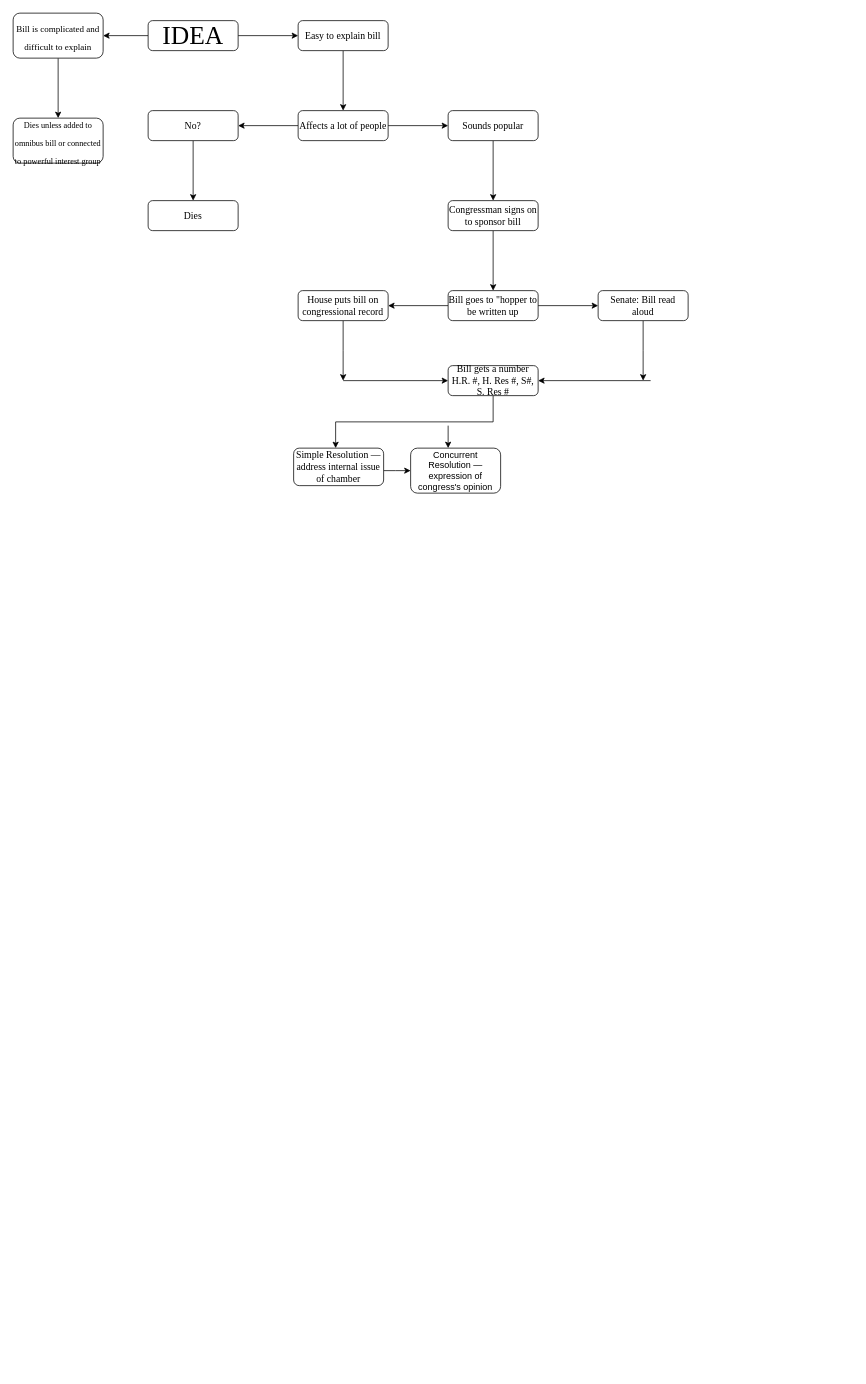
This is Untitled Diagram.drawio from tpate0562/python, a draw.io file, before an edit. Source tidied: cells renumbered, new cells numbered last; positions are measured from the earlier drawing's top-left corner, leaving out a move shared by most shapes. Both pictures are drawn from the tidied source at 75%, with x=0, y=0 at pixel (13, 13).
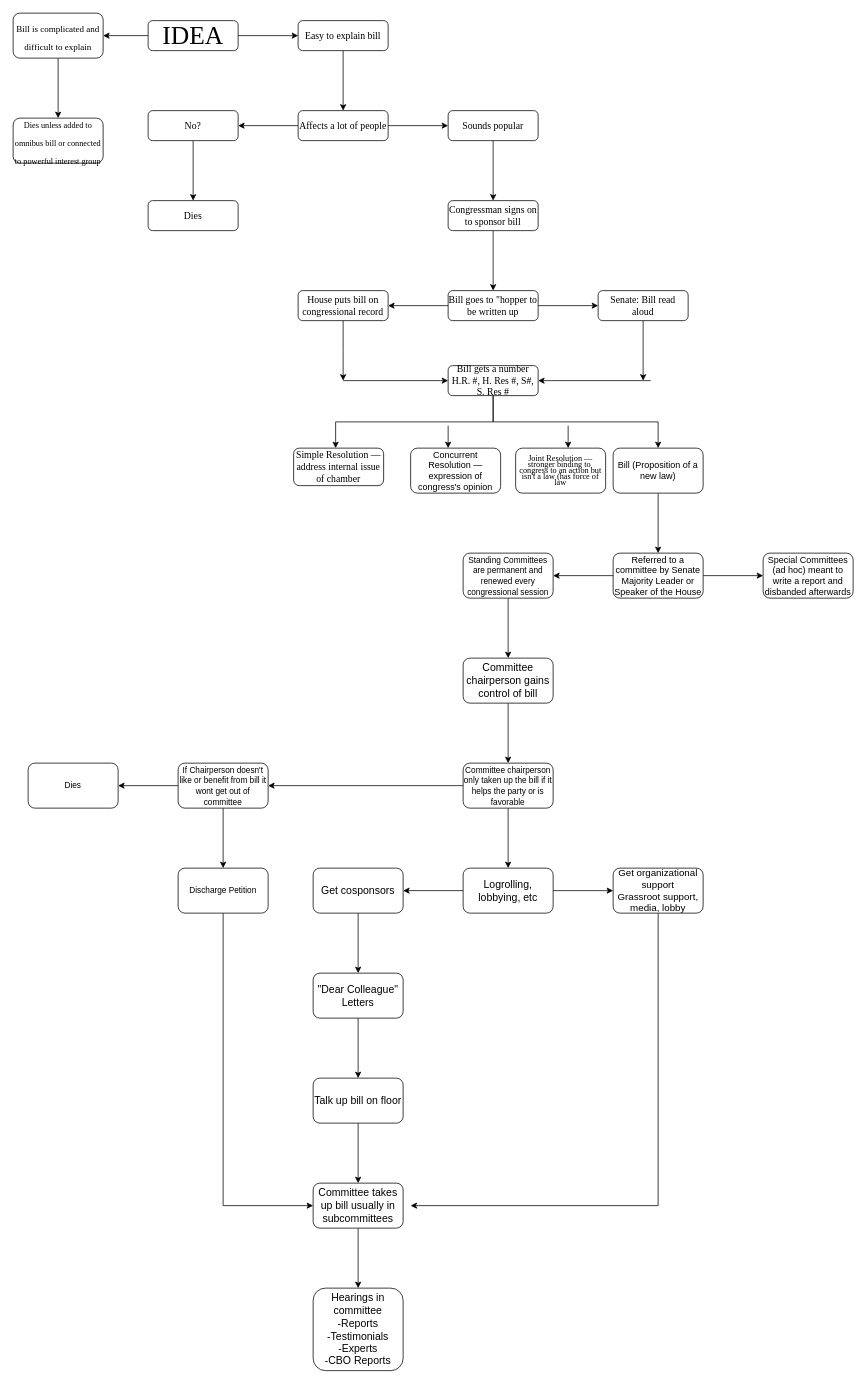
The same page after the edit.

Unchanged cells that the change refers to:
```xml
<mxCell id="32" value="&lt;font style=&quot;font-size: 13px;&quot; face=&quot;Times New Roman&quot;&gt;Simple Resolution — address internal issue of chamber&lt;br&gt;&lt;/font&gt;" style="rounded=1;whiteSpace=wrap;html=1;fontSize=12;glass=0;strokeWidth=1;shadow=0;" parent="1" vertex="1">
  <mxGeometry x="374" y="580" width="120" height="50" as="geometry" />
</mxCell>
<mxCell id="34" value="Concurrent Resolution — expression of congress's opinion" style="whiteSpace=wrap;html=1;rounded=1;glass=0;strokeWidth=1;shadow=0;" parent="1" vertex="1">
  <mxGeometry x="530" y="580" width="120" height="60" as="geometry" />
</mxCell>
```

What changed in the source:
```diff
@@
-    <mxCell id="31" style="edgeStyle=orthogonalEdgeStyle;rounded=0;jettySize=auto;html=1;fontFamily=Times New Roman;fontSize=34;" parent="1" edge="1" source="32" target="34">
-      <mxGeometry relative="1" as="geometry">
-        <Array as="points">
-          <mxPoint x="510" y="610" />
-          <mxPoint x="510" y="610" />
-        </Array>
-      </mxGeometry>
-    </mxCell>
@@
+    <mxCell id="35" style="edgeStyle=orthogonalEdgeStyle;rounded=0;orthogonalLoop=1;jettySize=auto;html=1;fontFamily=Times New Roman;fontSize=34;" parent="1" edge="1">
+      <mxGeometry relative="1" as="geometry">
+        <mxPoint x="640" y="510" as="sourcePoint" />
+        <mxPoint x="860" y="580" as="targetPoint" />
+        <Array as="points">
+          <mxPoint x="640" y="545" />
+          <mxPoint x="860" y="545" />
+          <mxPoint x="860" y="580" />
+        </Array>
+      </mxGeometry>
+    </mxCell>
+    <mxCell id="36" style="edgeStyle=orthogonalEdgeStyle;rounded=0;jettySize=auto;html=1;fontFamily=Times New Roman;fontSize=11;" parent="1" edge="1" source="37" target="42">
+      <mxGeometry relative="1" as="geometry" />
+    </mxCell>
+    <mxCell id="37" value="Bill (Proposition of a new law)" style="whiteSpace=wrap;html=1;rounded=1;glass=0;strokeWidth=1;shadow=0;" parent="1" vertex="1">
+      <mxGeometry x="800" y="580" width="120" height="60" as="geometry" />
+    </mxCell>
+    <mxCell id="38" style="endArrow=classic;html=1;rounded=0;fontFamily=Times New Roman;fontSize=34;" parent="1" edge="1">
+      <mxGeometry relative="1" as="geometry">
+        <mxPoint x="740" y="550" as="sourcePoint" />
+        <mxPoint x="740" y="580" as="targetPoint" />
+        <Array as="points">
+          <mxPoint x="740" y="570" />
+        </Array>
+      </mxGeometry>
+    </mxCell>
+    <mxCell id="39" value="&lt;p style=&quot;line-height: 70%; font-size: 11px;&quot;&gt;&lt;font style=&quot;font-size: 11px;&quot;&gt;Joint Resolution — stronger binding to&amp;nbsp; congress to an action but isn't a law (has force of law&lt;/font&gt;&lt;/p&gt;" style="rounded=1;whiteSpace=wrap;html=1;fontFamily=Times New Roman;fontSize=34;" parent="1" vertex="1">
+      <mxGeometry x="670" y="580" width="120" height="60" as="geometry" />
+    </mxCell>
+    <mxCell id="40" style="edgeStyle=orthogonalEdgeStyle;rounded=0;jettySize=auto;html=1;fontFamily=Times New Roman;fontSize=11;" parent="1" edge="1" source="42" target="43">
+      <mxGeometry relative="1" as="geometry" />
+    </mxCell>
+    <mxCell id="41" style="edgeStyle=orthogonalEdgeStyle;rounded=0;jettySize=auto;html=1;fontFamily=Times New Roman;fontSize=11;" parent="1" edge="1" source="42" target="45">
+      <mxGeometry relative="1" as="geometry" />
+    </mxCell>
+    <mxCell id="42" value="Referred to a committee by Senate Majority Leader or Speaker of the House" style="whiteSpace=wrap;html=1;rounded=1;glass=0;strokeWidth=1;shadow=0;" parent="1" vertex="1">
+      <mxGeometry x="800" y="720" width="120" height="60" as="geometry" />
+    </mxCell>
+    <mxCell id="43" value="Special Committees (ad hoc) meant to write a report and disbanded afterwards" style="whiteSpace=wrap;html=1;rounded=1;glass=0;strokeWidth=1;shadow=0;" parent="1" vertex="1">
+      <mxGeometry x="1000" y="720" width="120" height="60" as="geometry" />
+    </mxCell>
+    <mxCell id="44" style="edgeStyle=orthogonalEdgeStyle;rounded=0;jettySize=auto;html=1;fontFamily=Times New Roman;fontSize=11;" parent="1" edge="1" source="45" target="47">
+      <mxGeometry relative="1" as="geometry" />
+    </mxCell>
+    <mxCell id="45" value="&lt;font style=&quot;font-size: 11px;&quot;&gt;Standing Committees are permanent and renewed every congressional session&lt;/font&gt;" style="whiteSpace=wrap;html=1;rounded=1;glass=0;strokeWidth=1;shadow=0;" parent="1" vertex="1">
+      <mxGeometry x="600" y="720" width="120" height="60" as="geometry" />
+    </mxCell>
+    <mxCell id="46" style="edgeStyle=orthogonalEdgeStyle;rounded=0;jettySize=auto;html=1;fontFamily=Times New Roman;fontSize=14;" parent="1" edge="1" source="47" target="50">
+      <mxGeometry relative="1" as="geometry" />
+    </mxCell>
+    <mxCell id="47" value="&lt;font style=&quot;font-size: 14px;&quot;&gt;Committee chairperson gains control of bill&lt;/font&gt;" style="whiteSpace=wrap;html=1;rounded=1;glass=0;strokeWidth=1;shadow=0;" parent="1" vertex="1">
+      <mxGeometry x="600" y="860" width="120" height="60" as="geometry" />
+    </mxCell>
+    <mxCell id="48" style="edgeStyle=orthogonalEdgeStyle;rounded=0;jettySize=auto;html=1;fontFamily=Times New Roman;fontSize=11;" parent="1" edge="1" source="50" target="53">
+      <mxGeometry relative="1" as="geometry" />
+    </mxCell>
+    <mxCell id="49" style="edgeStyle=orthogonalEdgeStyle;rounded=0;jettySize=auto;html=1;fontFamily=Times New Roman;fontSize=11;" parent="1" edge="1" source="50" target="59">
+      <mxGeometry relative="1" as="geometry" />
+    </mxCell>
+    <mxCell id="50" value="&lt;font style=&quot;font-size: 11px;&quot;&gt;Committee chairperson only taken up the bill if it helps the party or is favorable&lt;/font&gt;" style="whiteSpace=wrap;html=1;rounded=1;glass=0;strokeWidth=1;shadow=0;" parent="1" vertex="1">
+      <mxGeometry x="600" y="1000" width="120" height="60" as="geometry" />
+    </mxCell>
+    <mxCell id="51" style="edgeStyle=orthogonalEdgeStyle;rounded=0;jettySize=auto;html=1;fontFamily=Times New Roman;fontSize=11;" parent="1" edge="1" source="53" target="54">
+      <mxGeometry relative="1" as="geometry" />
+    </mxCell>
+    <mxCell id="52" style="edgeStyle=orthogonalEdgeStyle;rounded=0;jettySize=auto;html=1;fontFamily=Times New Roman;fontSize=11;" parent="1" edge="1" source="53" target="56">
+      <mxGeometry relative="1" as="geometry" />
+    </mxCell>
+    <mxCell id="53" value="&lt;font style=&quot;font-size: 11px;&quot;&gt;If Chairperson doesn't like or benefit from bill it wont get out of committee&lt;/font&gt;" style="whiteSpace=wrap;html=1;rounded=1;glass=0;strokeWidth=1;shadow=0;" parent="1" vertex="1">
+      <mxGeometry x="220" y="1000" width="120" height="60" as="geometry" />
+    </mxCell>
+    <mxCell id="54" value="&lt;font style=&quot;font-size: 11px;&quot;&gt;Dies&lt;/font&gt;" style="whiteSpace=wrap;html=1;rounded=1;glass=0;strokeWidth=1;shadow=0;" parent="1" vertex="1">
+      <mxGeometry x="20" y="1000" width="120" height="60" as="geometry" />
+    </mxCell>
+    <mxCell id="55" style="edgeStyle=orthogonalEdgeStyle;rounded=0;jettySize=auto;html=1;fontFamily=Times New Roman;fontSize=13;entryX=0;entryY=0.5;entryDx=0;entryDy=0;" parent="1" edge="1" source="56" target="69">
+      <mxGeometry relative="1" as="geometry">
+        <Array as="points">
+          <mxPoint x="280" y="1590" />
+        </Array>
+      </mxGeometry>
+    </mxCell>
+    <mxCell id="56" value="&lt;font style=&quot;font-size: 11px;&quot;&gt;Discharge Petition&lt;/font&gt;" style="whiteSpace=wrap;html=1;rounded=1;glass=0;strokeWidth=1;shadow=0;" parent="1" vertex="1">
+      <mxGeometry x="220" y="1140" width="120" height="60" as="geometry" />
+    </mxCell>
+    <mxCell id="57" style="edgeStyle=orthogonalEdgeStyle;rounded=0;jettySize=auto;html=1;fontFamily=Times New Roman;fontSize=14;" parent="1" edge="1" source="59" target="61">
+      <mxGeometry relative="1" as="geometry" />
+    </mxCell>
+    <mxCell id="58" style="edgeStyle=orthogonalEdgeStyle;rounded=0;jettySize=auto;html=1;fontFamily=Times New Roman;fontSize=14;" parent="1" edge="1" source="59" target="67">
+      <mxGeometry relative="1" as="geometry" />
+    </mxCell>
+    <mxCell id="59" value="&lt;font style=&quot;font-size: 14px;&quot;&gt;Logrolling, lobbying, etc&lt;/font&gt;" style="whiteSpace=wrap;html=1;rounded=1;glass=0;strokeWidth=1;shadow=0;" parent="1" vertex="1">
+      <mxGeometry x="600" y="1140" width="120" height="60" as="geometry" />
+    </mxCell>
+    <mxCell id="60" style="edgeStyle=orthogonalEdgeStyle;rounded=0;jettySize=auto;html=1;fontFamily=Times New Roman;fontSize=14;" parent="1" edge="1" source="61" target="63">
+      <mxGeometry relative="1" as="geometry" />
+    </mxCell>
+    <mxCell id="61" value="&lt;font style=&quot;font-size: 14px;&quot;&gt;Get cosponsors&lt;/font&gt;" style="whiteSpace=wrap;html=1;rounded=1;glass=0;strokeWidth=1;shadow=0;" parent="1" vertex="1">
+      <mxGeometry x="400" y="1140" width="120" height="60" as="geometry" />
+    </mxCell>
+    <mxCell id="62" style="edgeStyle=orthogonalEdgeStyle;rounded=0;jettySize=auto;html=1;fontFamily=Times New Roman;fontSize=14;" parent="1" edge="1" source="63" target="65">
+      <mxGeometry relative="1" as="geometry" />
+    </mxCell>
+    <mxCell id="63" value="&lt;font style=&quot;font-size: 14px;&quot;&gt;&quot;Dear Colleague&quot; Letters&lt;/font&gt;" style="whiteSpace=wrap;html=1;rounded=1;glass=0;strokeWidth=1;shadow=0;" parent="1" vertex="1">
+      <mxGeometry x="400" y="1280" width="120" height="60" as="geometry" />
+    </mxCell>
+    <mxCell id="64" style="edgeStyle=orthogonalEdgeStyle;rounded=0;jettySize=auto;html=1;fontFamily=Times New Roman;fontSize=13;" parent="1" edge="1" source="65" target="69">
+      <mxGeometry relative="1" as="geometry" />
+    </mxCell>
+    <mxCell id="65" value="&lt;font style=&quot;font-size: 14px;&quot;&gt;Talk up bill on floor&lt;/font&gt;" style="whiteSpace=wrap;html=1;rounded=1;glass=0;strokeWidth=1;shadow=0;" parent="1" vertex="1">
+      <mxGeometry x="400" y="1420" width="120" height="60" as="geometry" />
+    </mxCell>
+    <mxCell id="66" style="edgeStyle=orthogonalEdgeStyle;rounded=0;jettySize=auto;html=1;fontFamily=Times New Roman;fontSize=13;" parent="1" edge="1" source="67">
+      <mxGeometry relative="1" as="geometry">
+        <mxPoint x="530" y="1590" as="targetPoint" />
+        <Array as="points">
+          <mxPoint x="860" y="1590" />
+          <mxPoint x="530" y="1590" />
+        </Array>
+      </mxGeometry>
+    </mxCell>
+    <mxCell id="67" value="&lt;font style=&quot;font-size: 13px;&quot;&gt;Get organizational support&lt;br&gt;Grassroot support, media, lobby&lt;br&gt;&lt;/font&gt;" style="whiteSpace=wrap;html=1;rounded=1;glass=0;strokeWidth=1;shadow=0;" parent="1" vertex="1">
+      <mxGeometry x="800" y="1140" width="120" height="60" as="geometry" />
+    </mxCell>
+    <mxCell id="68" style="edgeStyle=orthogonalEdgeStyle;rounded=0;jettySize=auto;html=1;fontFamily=Times New Roman;fontSize=13;" parent="1" edge="1" source="69" target="70">
+      <mxGeometry relative="1" as="geometry" />
+    </mxCell>
+    <mxCell id="69" value="&lt;font style=&quot;font-size: 14px;&quot;&gt;Committee takes up bill usually in subcommittees&lt;/font&gt;" style="whiteSpace=wrap;html=1;rounded=1;glass=0;strokeWidth=1;shadow=0;" parent="1" vertex="1">
+      <mxGeometry x="400" y="1560" width="120" height="60" as="geometry" />
+    </mxCell>
+    <mxCell id="70" value="&lt;font style=&quot;font-size: 14px;&quot;&gt;Hearings in committee&lt;br&gt;-Reports&lt;br&gt;-Testimonials&lt;br&gt;-Experts&lt;br&gt;-CBO Reports&lt;br&gt;&lt;/font&gt;" style="whiteSpace=wrap;html=1;rounded=1;glass=0;strokeWidth=1;shadow=0;" parent="1" vertex="1">
+      <mxGeometry x="400" y="1700" width="120" height="110" as="geometry" />
+    </mxCell>
```
